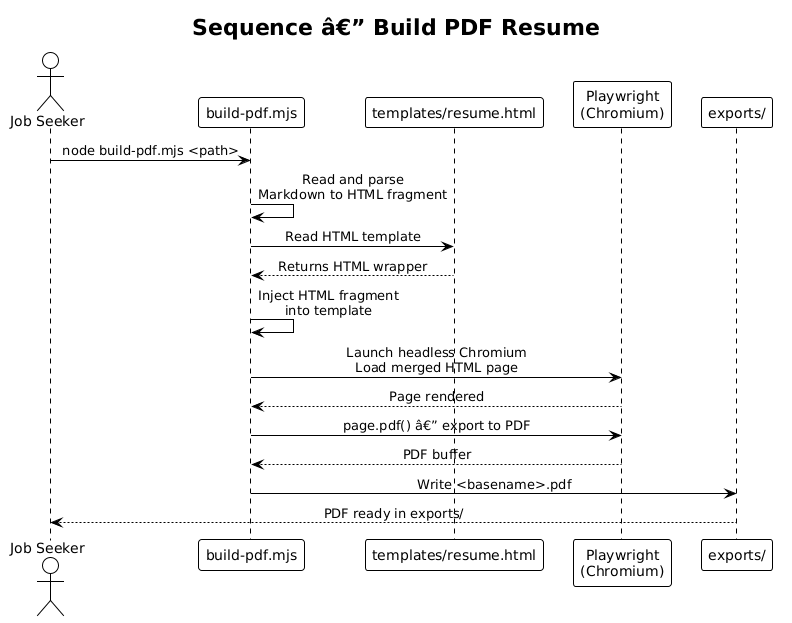
The PlantUML diagram docs/detailed-designs/02-document-generation/diagrams/sequence_build_pdf.png in QuinntyneBrown/Orbit, before a commit. Its diagram source:
```plantuml
@startuml
!theme plain
skinparam sequenceMessageAlign center

title Sequence â€” Build PDF Resume

actor "Job Seeker" as User
participant "build-pdf.mjs" as Script
participant "templates/resume.html" as Template
participant "Playwright\n(Chromium)" as Browser
participant "exports/" as Output

User -> Script : node build-pdf.mjs <path>
Script -> Script : Read and parse\nMarkdown to HTML fragment
Script -> Template : Read HTML template
Template --> Script : Returns HTML wrapper
Script -> Script : Inject HTML fragment\ninto template
Script -> Browser : Launch headless Chromium\nLoad merged HTML page
Browser --> Script : Page rendered
Script -> Browser : page.pdf() â€” export to PDF
Browser --> Script : PDF buffer
Script -> Output : Write <basename>.pdf
Output --> User : PDF ready in exports/
@enduml
```
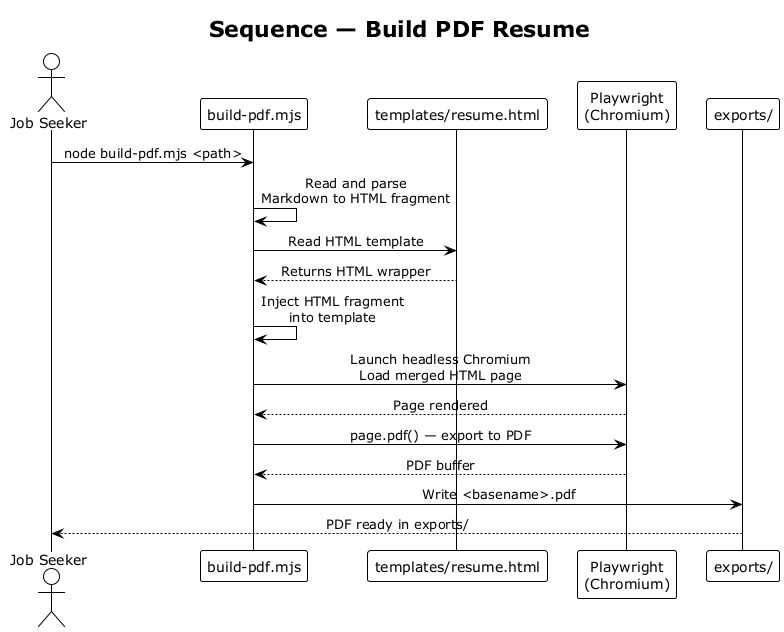
The same diagram one commit later.

Change to the diagram source:
```diff
@@ -1,8 +1,8 @@
-@startuml
+@startuml sequence_build_pdf
 !theme plain
 skinparam sequenceMessageAlign center
 
-title Sequence â€” Build PDF Resume
+title Sequence — Build PDF Resume
 
 actor "Job Seeker" as User
 participant "build-pdf.mjs" as Script
@@ -17,8 +17,9 @@
 Script -> Script : Inject HTML fragment\ninto template
 Script -> Browser : Launch headless Chromium\nLoad merged HTML page
 Browser --> Script : Page rendered
-Script -> Browser : page.pdf() â€” export to PDF
+Script -> Browser : page.pdf() — export to PDF
 Browser --> Script : PDF buffer
 Script -> Output : Write <basename>.pdf
 Output --> User : PDF ready in exports/
+
 @enduml
```
